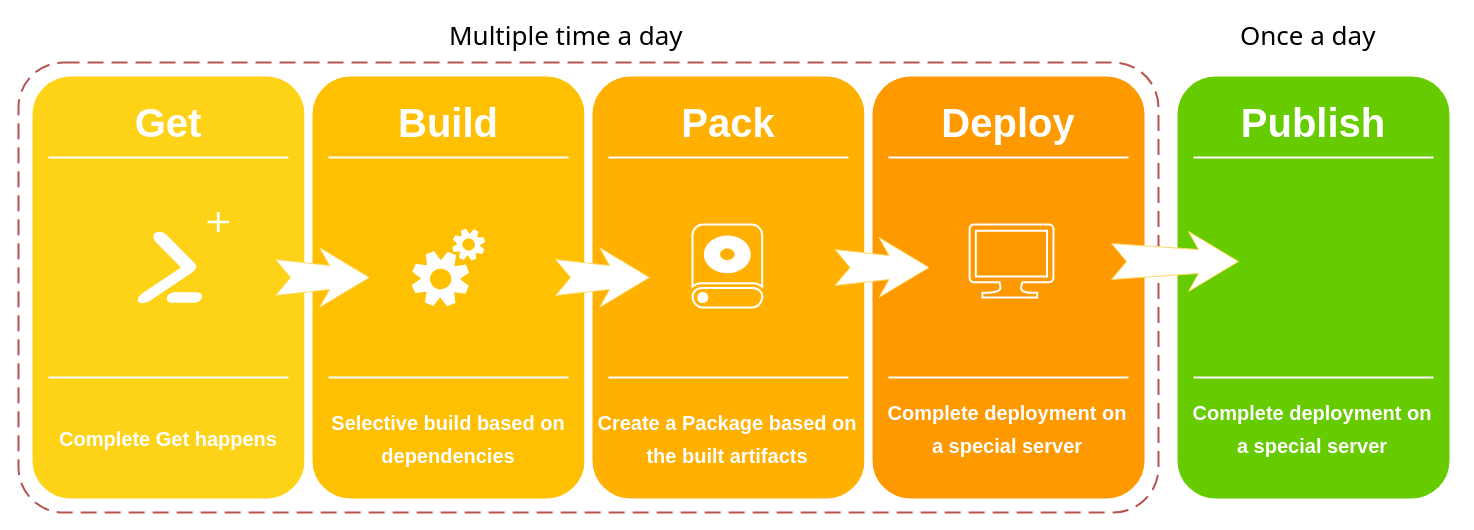
Mostafa-Armandi/Diagrams keeps this draw.io diagram as CD.drawio. Above is the earlier version. Source tidied: cells renumbered, new cells numbered last; positions are measured from the earlier drawing's top-left corner, leaving out a move shared by most shapes. Both pictures are drawn from the tidied source at 100%, with x=0, y=0 at pixel (18, 17).
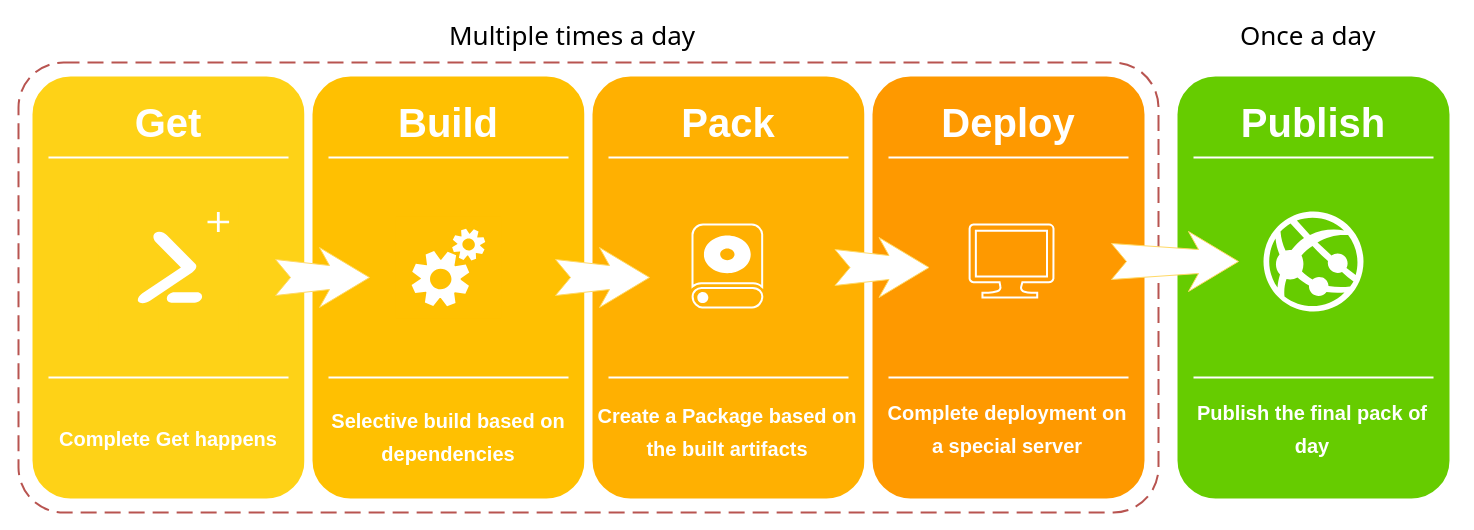
After the change.

Change to the diagram source:
```diff
@@
     <mxCell id="24" value="&lt;span style=&quot;font-size: 20px&quot;&gt;Selective build based on dependencies&lt;/span&gt;" style="text;html=1;strokeColor=none;fillColor=none;align=center;verticalAlign=middle;whiteSpace=wrap;rounded=0;shadow=0;fontSize=27;fontColor=#FFFFFF;fontStyle=1;" parent="1" vertex="1">
-      <mxGeometry x="290" y="390" width="280" height="60" as="geometry" />
+      <mxGeometry x="290" y="385" width="280" height="65" as="geometry" />
     </mxCell>
     <mxCell id="25" value="&lt;span style=&quot;font-size: 20px&quot;&gt;Create a Package based on the built artifacts&lt;/span&gt;" style="text;html=1;strokeColor=none;fillColor=none;align=center;verticalAlign=middle;whiteSpace=wrap;rounded=0;shadow=0;fontSize=27;fontColor=#FFFFFF;fontStyle=1;" parent="1" vertex="1">
-      <mxGeometry x="569" y="390" width="280" height="60" as="geometry" />
+      <mxGeometry x="569" y="375" width="280" height="75" as="geometry" />
     </mxCell>
@@
-    <mxCell id="34" value="&lt;span style=&quot;font-size: 20px&quot;&gt;Complete deployment on a special server&lt;/span&gt;" style="text;html=1;strokeColor=none;fillColor=none;align=center;verticalAlign=middle;whiteSpace=wrap;rounded=0;shadow=0;fontSize=27;fontColor=#FFFFFF;fontStyle=1;" parent="1" vertex="1">
+    <mxCell id="34" value="&lt;span style=&quot;font-size: 20px&quot;&gt;Publish the final pack of day&lt;/span&gt;" style="text;html=1;strokeColor=none;fillColor=none;align=center;verticalAlign=middle;whiteSpace=wrap;rounded=0;shadow=0;fontSize=27;fontColor=#FFFFFF;fontStyle=1;" parent="1" vertex="1">
       <mxGeometry x="1169" y="380" width="250" height="60" as="geometry" />
     </mxCell>
-    <mxCell id="35" value="Multiple time a day" style="text;html=1;align=left;verticalAlign=top;spacingTop=-4;fontSize=26;fontFamily=Tahoma;strokeWidth=1;" parent="1" vertex="1">
-      <mxGeometry x="429" width="230" height="30" as="geometry" />
+    <mxCell id="35" value="Multiple times a day" style="text;html=1;align=left;verticalAlign=top;spacingTop=-4;fontSize=26;fontFamily=Tahoma;strokeWidth=1;" parent="1" vertex="1">
+      <mxGeometry x="429" width="250" height="30" as="geometry" />
     </mxCell>
@@
+    <mxCell id="38" style="verticalLabelPosition=bottom;html=1;verticalAlign=top;align=center;strokeColor=none;fillColor=#FFFFFF;shape=mxgraph.azure.azure_website;fontFamily=Tahoma;fontSize=26;" parent="1" vertex="1">
+      <mxGeometry x="1245" y="194" width="100" height="100" as="geometry" />
+    </mxCell>
```
